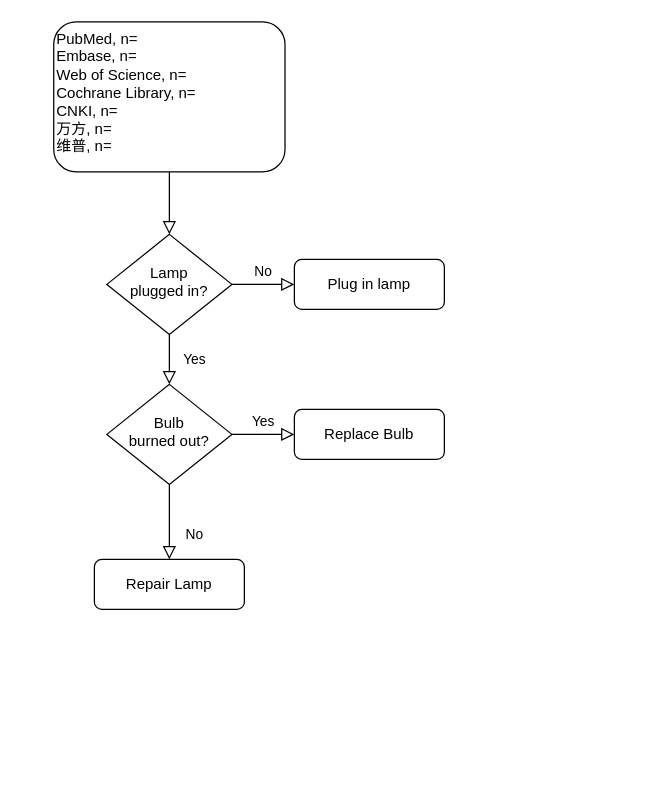
Earlier version of the draw.io diagram 未命名绘图.drawio (linger9085/hello-world). Source tidied: cells renumbered, new cells numbered last; positions are measured from the earlier drawing's top-left corner, leaving out a move shared by most shapes. Both pictures are drawn from the tidied source at 125%, with x=0, y=0 at pixel (54, 21).
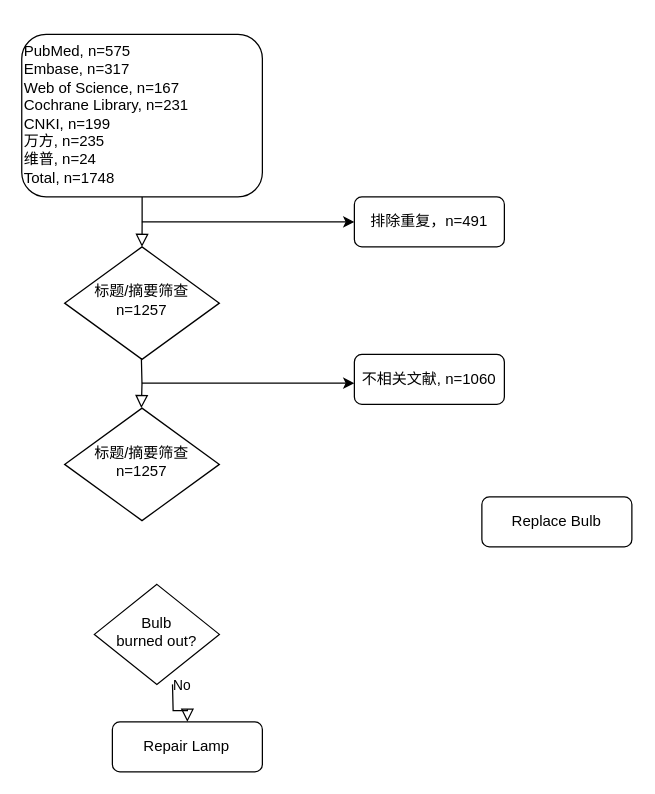
Above is the later version.

Commit message (it also covers changes not shown here):
更新未命名绘图.drawio

The edit, as a diff of the source:
```diff
@@
 <mxGraphModel>
   <root>
     <mxCell id="0" />
     <mxCell id="1" parent="0" />
-    <mxCell id="2" style="rounded=0;html=1;jettySize=auto;fontSize=11;endArrow=block;endFill=0;endSize=8;strokeWidth=1;shadow=0;labelBackgroundColor=none;edgeStyle=orthogonalEdgeStyle;" parent="1" edge="1" source="3" target="6">
+    <mxCell id="2" style="rounded=0;html=1;jettySize=auto;fontSize=11;endArrow=block;endFill=0;endSize=8;strokeWidth=1;shadow=0;labelBackgroundColor=none;edgeStyle=orthogonalEdgeStyle;strokeColor=default;" parent="1" edge="1" source="3" target="6">
       <mxGeometry relative="1" as="geometry" />
     </mxCell>
-    <mxCell id="3" value="PubMed, n=&lt;div&gt;Embase, n=&lt;/div&gt;&lt;div&gt;Web of Science, n=&lt;/div&gt;&lt;div&gt;Cochrane Library, n=&lt;br&gt;&lt;/div&gt;&lt;div&gt;CNKI, n=&lt;br&gt;&lt;/div&gt;&lt;div&gt;万方, n=&lt;/div&gt;&lt;div&gt;维普, n=&lt;/div&gt;" style="rounded=1;whiteSpace=wrap;html=1;fontSize=12;glass=0;strokeWidth=1;shadow=0;align=left;verticalAlign=top;" parent="1" vertex="1">
-      <mxGeometry x="-0.5" width="185" height="120" as="geometry" />
+    <mxCell id="3" value="PubMed, n=575&lt;div&gt;Embase, n=317&lt;/div&gt;&lt;div&gt;Web of Science, n=167&lt;/div&gt;&lt;div&gt;Cochrane Library, n=231&lt;br&gt;&lt;/div&gt;&lt;div&gt;CNKI, n=199&lt;br&gt;&lt;/div&gt;&lt;div&gt;万方, n=235&lt;/div&gt;&lt;div&gt;维普, n=24&lt;/div&gt;&lt;div&gt;Total, n=1748&lt;/div&gt;" style="rounded=1;whiteSpace=wrap;html=1;fontSize=12;glass=0;strokeWidth=1;shadow=0;align=left;verticalAlign=top;" parent="1" vertex="1">
+      <mxGeometry x="-26.1" y="10" width="192.5" height="130" as="geometry" />
     </mxCell>
-    <mxCell id="4" value="Yes" style="rounded=0;html=1;jettySize=auto;fontSize=11;endArrow=block;endFill=0;endSize=8;strokeWidth=1;shadow=0;labelBackgroundColor=none;edgeStyle=orthogonalEdgeStyle;" parent="1" edge="1" source="6" target="10">
-      <mxGeometry y="20" relative="1" as="geometry" />
-    </mxCell>
-    <mxCell id="5" value="No" style="edgeStyle=orthogonalEdgeStyle;rounded=0;html=1;jettySize=auto;fontSize=11;endArrow=block;endFill=0;endSize=8;strokeWidth=1;shadow=0;labelBackgroundColor=none;" parent="1" edge="1" source="6" target="7">
-      <mxGeometry y="10" relative="1" as="geometry" />
-    </mxCell>
-    <mxCell id="6" value="Lamp&lt;br&gt;plugged in?" style="rhombus;whiteSpace=wrap;html=1;shadow=0;fontFamily=Helvetica;fontSize=12;align=center;strokeWidth=1;spacing=6;spacingTop=-4;" parent="1" vertex="1">
-      <mxGeometry x="42" y="170" width="100" height="80" as="geometry" />
+    <mxCell id="6" value="标题/摘要筛查&lt;div&gt;n=1257&lt;/div&gt;" style="rhombus;whiteSpace=wrap;html=1;shadow=0;fontFamily=Helvetica;fontSize=12;align=center;strokeWidth=1;spacing=6;spacingTop=-4;" parent="1" vertex="1">
+      <mxGeometry x="8.2" y="180" width="123.8" height="90" as="geometry" />
     </mxCell>
-    <mxCell id="7" value="Plug in lamp" style="rounded=1;whiteSpace=wrap;html=1;fontSize=12;glass=0;strokeWidth=1;shadow=0;" parent="1" vertex="1">
-      <mxGeometry x="192" y="190" width="120" height="40" as="geometry" />
+    <mxCell id="7" value="不相关文献, n=1060" style="rounded=1;whiteSpace=wrap;html=1;fontSize=12;glass=0;strokeWidth=1;shadow=0;" parent="1" vertex="1">
+      <mxGeometry x="240" y="266" width="120" height="40" as="geometry" />
     </mxCell>
-    <mxCell id="8" value="No" style="rounded=0;html=1;jettySize=auto;fontSize=11;endArrow=block;endFill=0;endSize=8;strokeWidth=1;shadow=0;labelBackgroundColor=none;edgeStyle=orthogonalEdgeStyle;" parent="1" edge="1" source="10" target="11">
-      <mxGeometry x="0.33" y="20" relative="1" as="geometry" />
+    <mxCell id="8" value="No" style="rounded=0;html=1;jettySize=auto;fontSize=11;endArrow=block;endFill=0;endSize=8;strokeWidth=1;shadow=0;labelBackgroundColor=none;edgeStyle=orthogonalEdgeStyle;" parent="1" edge="1" target="11">
+      <mxGeometry x="0.33" y="20" relative="1" as="geometry">
+        <mxPoint x="94.5" y="530" as="sourcePoint" />
+      </mxGeometry>
     </mxCell>
-    <mxCell id="9" value="Yes" style="edgeStyle=orthogonalEdgeStyle;rounded=0;html=1;jettySize=auto;fontSize=11;endArrow=block;endFill=0;endSize=8;strokeWidth=1;shadow=0;labelBackgroundColor=none;" parent="1" edge="1" source="10" target="12">
-      <mxGeometry y="10" relative="1" as="geometry" />
-    </mxCell>
     <mxCell id="10" value="Bulb&lt;br&gt;burned out?" style="rhombus;whiteSpace=wrap;html=1;shadow=0;fontFamily=Helvetica;fontSize=12;align=center;strokeWidth=1;spacing=6;spacingTop=-4;" parent="1" vertex="1">
-      <mxGeometry x="42" y="290" width="100" height="80" as="geometry" />
+      <mxGeometry x="32" y="450" width="100" height="80" as="geometry" />
     </mxCell>
     <mxCell id="11" value="Repair Lamp" style="rounded=1;whiteSpace=wrap;html=1;fontSize=12;glass=0;strokeWidth=1;shadow=0;" parent="1" vertex="1">
-      <mxGeometry x="32" y="430" width="120" height="40" as="geometry" />
+      <mxGeometry x="46.4" y="560" width="120" height="40" as="geometry" />
     </mxCell>
     <mxCell id="12" value="Replace Bulb" style="rounded=1;whiteSpace=wrap;html=1;fontSize=12;glass=0;strokeWidth=1;shadow=0;" parent="1" vertex="1">
-      <mxGeometry x="192" y="310" width="120" height="40" as="geometry" />
+      <mxGeometry x="342" y="380" width="120" height="40" as="geometry" />
     </mxCell>
+    <mxCell id="13" style="endArrow=classic;html=1;rounded=0;" parent="1" edge="1">
+      <mxGeometry relative="1" as="geometry">
+        <mxPoint x="70" y="160" as="sourcePoint" />
+        <mxPoint x="240" y="160" as="targetPoint" />
+      </mxGeometry>
+    </mxCell>
+    <mxCell id="14" value="排除重复，n=491" style="rounded=1;whiteSpace=wrap;html=1;fontSize=12;glass=0;strokeWidth=1;shadow=0;" parent="1" vertex="1">
+      <mxGeometry x="240" y="140" width="120" height="40" as="geometry" />
+    </mxCell>
+    <mxCell id="15" style="endArrow=classic;html=1;rounded=0;" parent="1" edge="1">
+      <mxGeometry relative="1" as="geometry">
+        <mxPoint x="70" y="289" as="sourcePoint" />
+        <mxPoint x="240" y="289" as="targetPoint" />
+      </mxGeometry>
+    </mxCell>
+    <mxCell id="16" value="标题/摘要筛查&lt;div&gt;n=1257&lt;/div&gt;" style="rhombus;whiteSpace=wrap;html=1;shadow=0;fontFamily=Helvetica;fontSize=12;align=center;strokeWidth=1;spacing=6;spacingTop=-4;" parent="1" vertex="1">
+      <mxGeometry x="8.2" y="309" width="123.8" height="90" as="geometry" />
+    </mxCell>
+    <mxCell id="17" style="rounded=0;html=1;jettySize=auto;orthogonalLoop=1;fontSize=11;endArrow=block;endFill=0;endSize=8;strokeWidth=1;shadow=0;labelBackgroundColor=none;edgeStyle=orthogonalEdgeStyle;strokeColor=default;" parent="1" edge="1">
+      <mxGeometry relative="1" as="geometry">
+        <mxPoint x="69.6" y="269" as="sourcePoint" />
+        <mxPoint x="69.6" y="309" as="targetPoint" />
+      </mxGeometry>
+    </mxCell>
   </root>
 </mxGraphModel>
```
